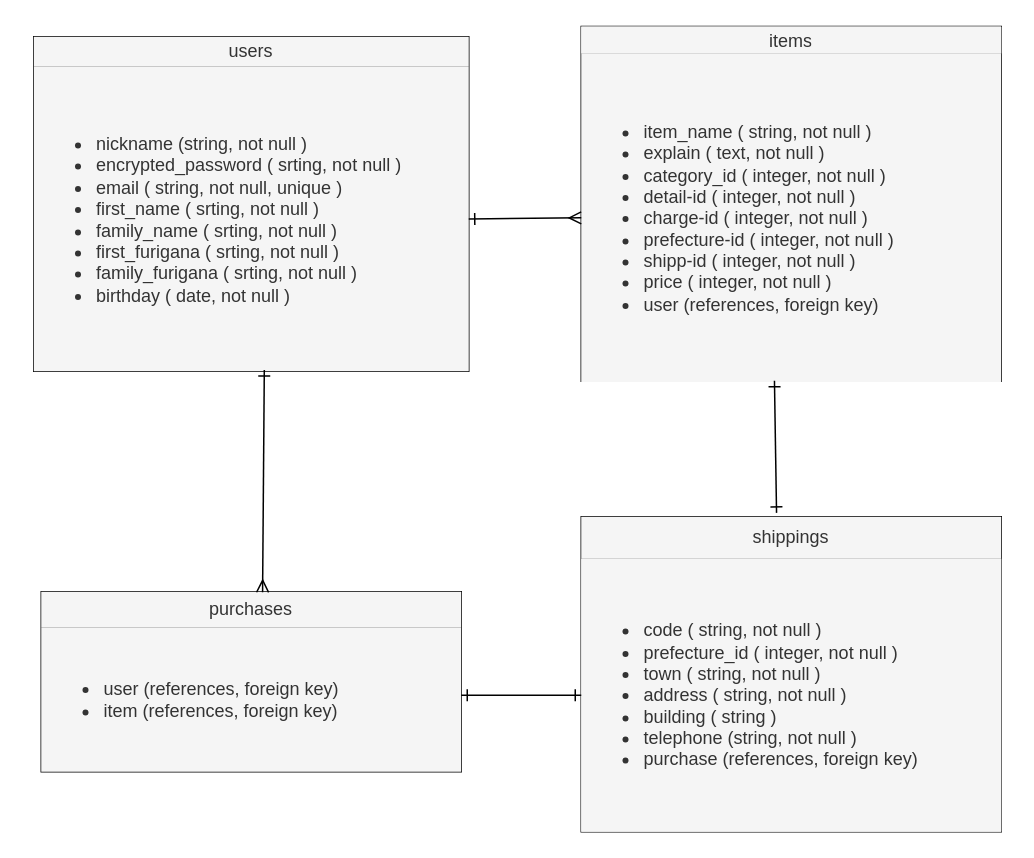
Above: ER.dio in Dekopon06/furima-37043 (draw.io), before the change. Source tidied: cells renumbered, new cells numbered last; positions are measured from the earlier drawing's top-left corner, leaving out a move shared by most shapes. Both pictures are drawn from the tidied source at 150%, with x=0, y=0 at pixel (33, 26).
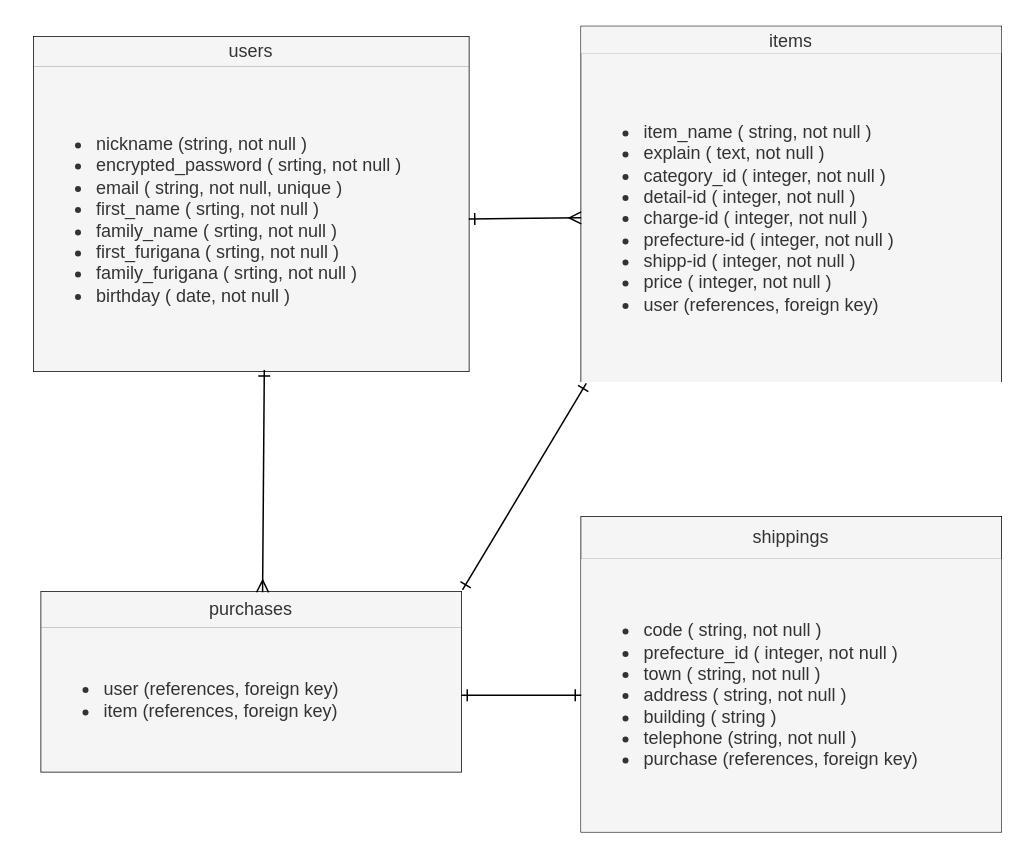
The same diagram, later.

The change refers to these unchanged cells:
```xml
<mxCell id="5" style="shape=partialRectangle;fillColor=none;top=0;left=0;bottom=0;right=0;points=[[0,0.5],[1,0.5]];portConstraint=eastwest;strokeWidth=10;" parent="2" vertex="1">
  <mxGeometry y="18" width="280" height="219" as="geometry" />
</mxCell>
<mxCell id="13" style="shape=partialRectangle;fillColor=none;top=0;left=0;bottom=0;right=0;points=[[0,0.5],[1,0.5]];portConstraint=eastwest;" parent="12" vertex="1">
  <mxGeometry width="280" height="28" as="geometry" />
</mxCell>
<mxCell id="18" style="shape=partialRectangle;fillColor=none;top=0;left=0;bottom=0;right=0;points=[[0,0.5],[1,0.5]];portConstraint=eastwest;" parent="17" vertex="1">
  <mxGeometry width="280" height="24" as="geometry" />
</mxCell>
```

Change to the diagram source:
```diff
@@
-    <mxCell id="25" style="edgeStyle=none;rounded=0;jettySize=auto;html=1;endArrow=ERone;endFill=0;startArrow=ERone;startFill=0;entryX=0.465;entryY=-0.092;entryDx=0;entryDy=0;entryPerimeter=0;exitX=0.46;exitY=0.996;exitDx=0;exitDy=0;exitPerimeter=0;" parent="1" edge="1" source="5" target="13">
+    <mxCell id="25" style="edgeStyle=none;rounded=0;jettySize=auto;html=1;endArrow=ERone;endFill=0;startArrow=ERone;startFill=0;entryX=1.003;entryY=-0.051;entryDx=0;entryDy=0;entryPerimeter=0;exitX=0.012;exitY=1.004;exitDx=0;exitDy=0;exitPerimeter=0;" parent="1" edge="1" source="5" target="18">
       <mxGeometry relative="1" as="geometry" />
     </mxCell>
```
